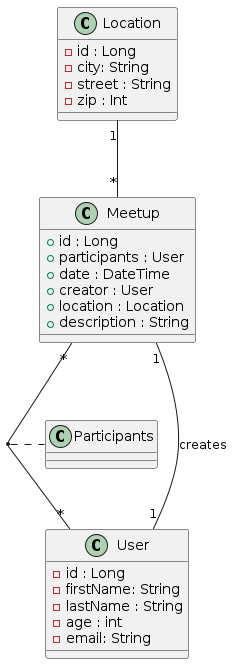
Before: images/diagram-classes.png, a diagram exported from PlantUML (2223-3bhif-syp/02-projekte-mopedmeetup).
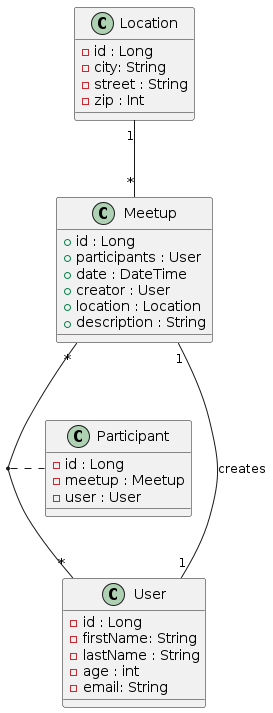
After the commit.

Change to the diagram source:
```diff
@@ -22,10 +22,16 @@
     - zip : Int
 }
 
+class Participant {
+    - id : Long
+    - meetup : Meetup
+    - user : User
+}
+
 
 
 Location "1"--"*" Meetup : ""
 Meetup "1"--"1" User : "creates"
 Meetup "*"--"*" User : ""
-(User, Meetup) .. Participants
+(User, Meetup) .. Participant
 @enduml
```
